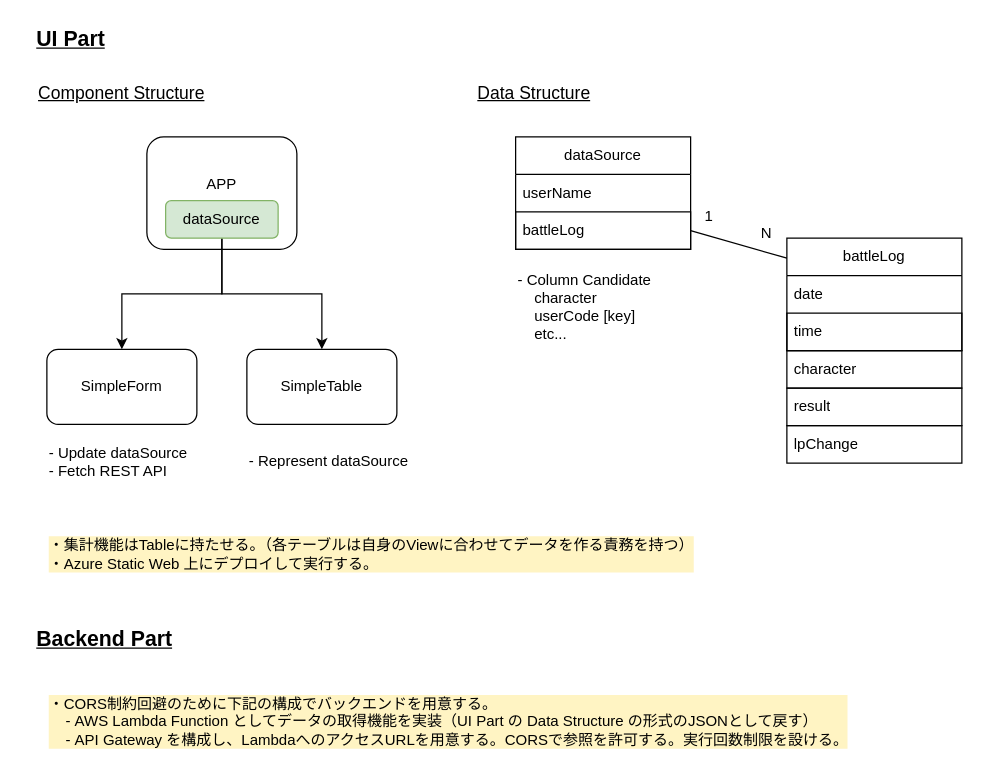
The draw.io diagram page "UI Design" (3 of 3) of doc/pic/sf6viewer.drawio in kthub/sf6viewer, before the edit. Source tidied: cells renumbered, new cells numbered last; positions are measured from the earlier drawing's top-left corner, leaving out a move shared by most shapes. Both pictures are drawn from the tidied source at 125%, with x=0, y=0 at pixel (21, 21).
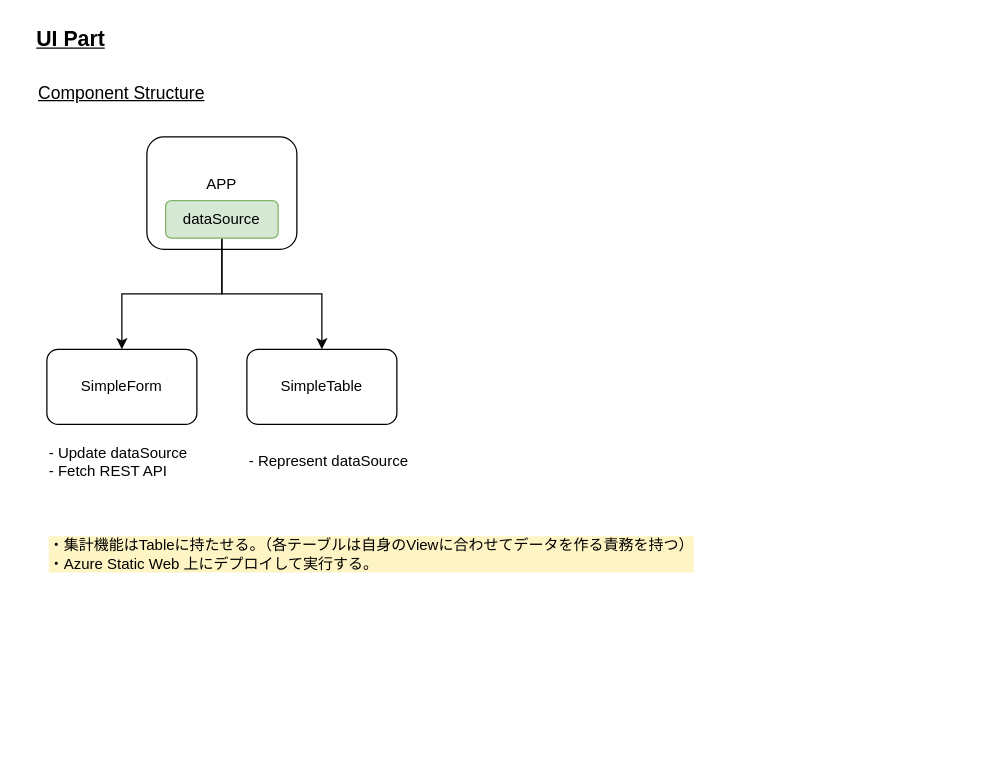
Above is the later version.

The edit, as a diff of the source:
```diff
@@
-    <mxCell id="11" value="Data&amp;nbsp;Structure" style="text;html=1;strokeColor=none;fillColor=none;align=center;verticalAlign=middle;whiteSpace=wrap;rounded=0;fontSize=14;fontStyle=4;" parent="1" vertex="1">
-      <mxGeometry x="330" y="42" width="160" height="30" as="geometry" />
-    </mxCell>
-    <mxCell id="12" value="battleLog" style="swimlane;fontStyle=0;horizontal=1;startSize=30;whiteSpace=wrap;html=1;" parent="1" vertex="1">
-      <mxGeometry x="612" y="173" width="140" height="90" as="geometry" />
-    </mxCell>
-    <mxCell id="13" value="date" style="text;strokeColor=none;fillColor=none;align=left;verticalAlign=middle;spacingLeft=4;spacingRight=4;overflow=hidden;whiteSpace=wrap;html=1;" parent="12" vertex="1">
-      <mxGeometry y="30" width="140" height="30" as="geometry" />
-    </mxCell>
-    <mxCell id="14" value="time" style="text;strokeColor=default;fillColor=none;align=left;verticalAlign=middle;spacingLeft=4;spacingRight=4;overflow=hidden;whiteSpace=wrap;html=1;" parent="12" vertex="1">
-      <mxGeometry y="60" width="140" height="30" as="geometry" />
-    </mxCell>
-    <mxCell id="15" value="dataSource" style="swimlane;fontStyle=0;horizontal=1;startSize=30;whiteSpace=wrap;html=1;" parent="1" vertex="1">
-      <mxGeometry x="395" y="92" width="140" height="90" as="geometry" />
-    </mxCell>
-    <mxCell id="16" value="userName" style="text;strokeColor=none;fillColor=none;align=left;verticalAlign=middle;spacingLeft=4;spacingRight=4;overflow=hidden;whiteSpace=wrap;html=1;" parent="15" vertex="1">
-      <mxGeometry y="30" width="140" height="30" as="geometry" />
-    </mxCell>
-    <mxCell id="17" value="battleLog" style="text;strokeColor=default;fillColor=none;align=left;verticalAlign=middle;spacingLeft=4;spacingRight=4;overflow=hidden;points=[[0,0.5],[1,0.5]];portConstraint=eastwest;whiteSpace=wrap;html=1;" parent="15" vertex="1">
-      <mxGeometry y="60" width="140" height="30" as="geometry" />
-    </mxCell>
-    <mxCell id="18" value="character" style="text;strokeColor=default;fillColor=none;align=left;verticalAlign=middle;spacingLeft=4;spacingRight=4;overflow=hidden;whiteSpace=wrap;html=1;" parent="1" vertex="1">
-      <mxGeometry x="612" y="263" width="140" height="30" as="geometry" />
-    </mxCell>
-    <mxCell id="19" value="result" style="text;strokeColor=default;fillColor=none;align=left;verticalAlign=middle;spacingLeft=4;spacingRight=4;overflow=hidden;whiteSpace=wrap;html=1;" parent="1" vertex="1">
-      <mxGeometry x="612" y="293" width="140" height="30" as="geometry" />
-    </mxCell>
-    <mxCell id="20" value="lpChange" style="text;strokeColor=default;fillColor=none;align=left;verticalAlign=middle;spacingLeft=4;spacingRight=4;overflow=hidden;whiteSpace=wrap;html=1;" parent="1" vertex="1">
-      <mxGeometry x="612" y="323" width="140" height="30" as="geometry" />
-    </mxCell>
-    <mxCell id="21" style="endArrow=none;html=1;rounded=0;entryX=0;entryY=0.178;entryDx=0;entryDy=0;entryPerimeter=0;exitX=1;exitY=0.5;exitDx=0;exitDy=0;" parent="1" edge="1" source="17" target="12">
-      <mxGeometry relative="1" as="geometry" />
-    </mxCell>
-    <mxCell id="22" value="1" style="text;html=1;strokeColor=none;fillColor=none;align=center;verticalAlign=middle;whiteSpace=wrap;rounded=0;" parent="1" vertex="1">
-      <mxGeometry x="520" y="141" width="60" height="30" as="geometry" />
-    </mxCell>
-    <mxCell id="23" value="N" style="text;html=1;strokeColor=none;fillColor=none;align=center;verticalAlign=middle;whiteSpace=wrap;rounded=0;" parent="1" vertex="1">
-      <mxGeometry x="566" y="154" width="60" height="30" as="geometry" />
-    </mxCell>
-    <mxCell id="24" value="- Column Candidate&lt;br&gt;&amp;nbsp; &amp;nbsp; character&lt;br&gt;&amp;nbsp; &amp;nbsp; userCode [key]&lt;br&gt;&amp;nbsp; &amp;nbsp; etc..." style="text;html=1;strokeColor=none;fillColor=none;align=left;verticalAlign=middle;whiteSpace=wrap;rounded=0;" parent="1" vertex="1">
-      <mxGeometry x="395" y="184" width="140" height="88" as="geometry" />
-    </mxCell>
@@
-    <mxCell id="27" value="&lt;b&gt;&lt;font style=&quot;font-size: 17px;&quot;&gt;&lt;u&gt;Backend Part&lt;/u&gt;&lt;/font&gt;&lt;/b&gt;" style="text;html=1;strokeColor=none;fillColor=none;align=left;verticalAlign=middle;whiteSpace=wrap;rounded=0;" parent="1" vertex="1">
-      <mxGeometry x="10" y="480" width="170" height="30" as="geometry" />
-    </mxCell>
-    <mxCell id="28" value="・CORS制約回避のために下記の構成でバックエンドを用意する。&lt;br&gt;&amp;nbsp; &amp;nbsp; - AWS Lambda Function としてデータの取得機能を実装（UI Part の Data Structure の形式のJSONとして戻す）&lt;br&gt;&amp;nbsp; &amp;nbsp; - API Gateway を構成し、LambdaへのアクセスURLを用意する。CORSで参照を許可する。実行回数制限を設ける。" style="text;html=1;strokeColor=none;fillColor=none;align=left;verticalAlign=middle;whiteSpace=wrap;rounded=0;labelBackgroundColor=#FFF4C3;" parent="1" vertex="1">
-      <mxGeometry x="20" y="540" width="740" height="40" as="geometry" />
-    </mxCell>
```
